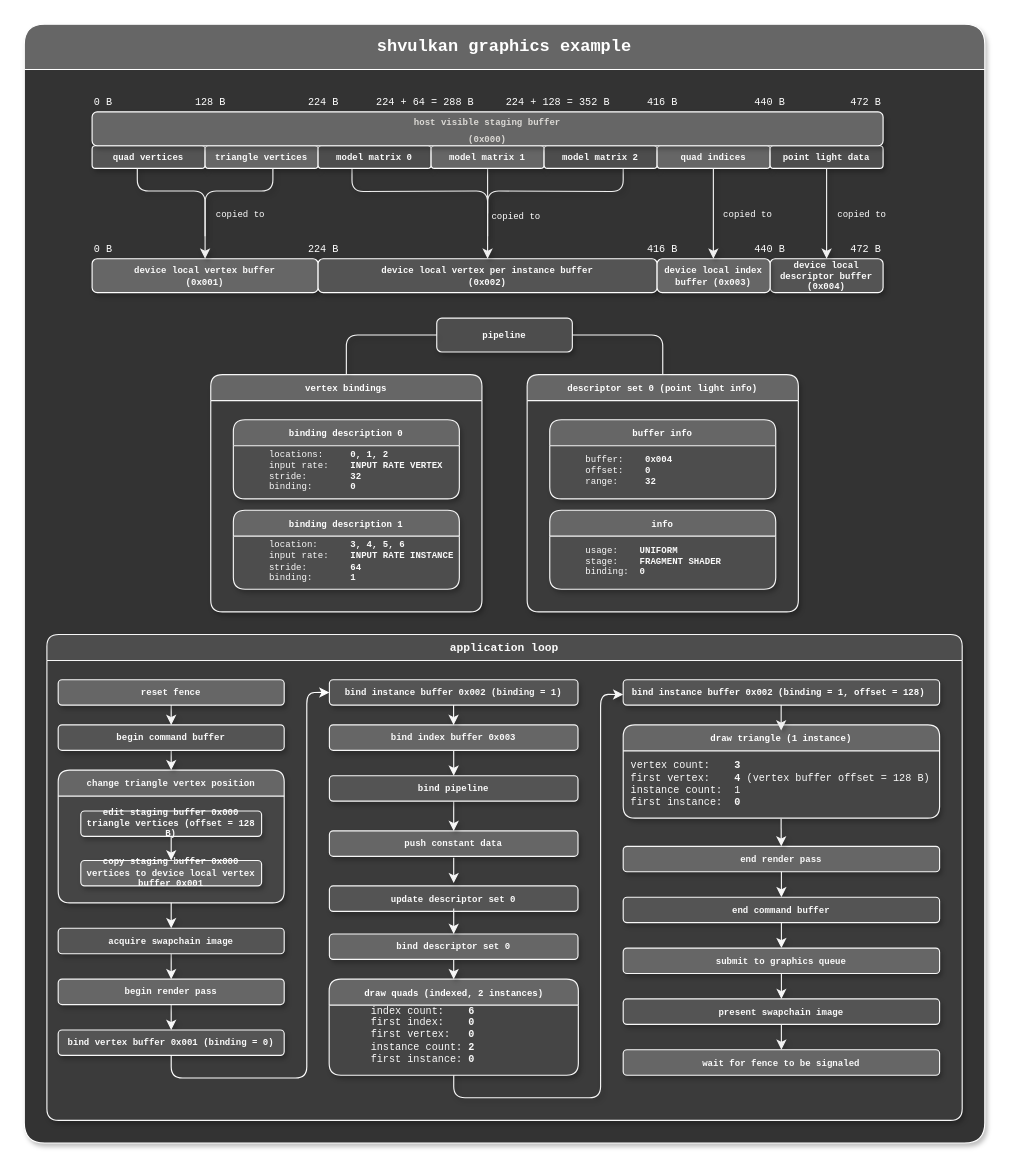
Above: examples/diagrams/shvulkan graphics.drawio in MrSinho/shvulkan (draw.io), before the change. Source tidied: cells renumbered, new cells numbered last; positions are measured from the earlier drawing's top-left corner, leaving out a move shared by most shapes. Both pictures are drawn from the tidied source at 113%, with x=0, y=0 at pixel (24, 24).
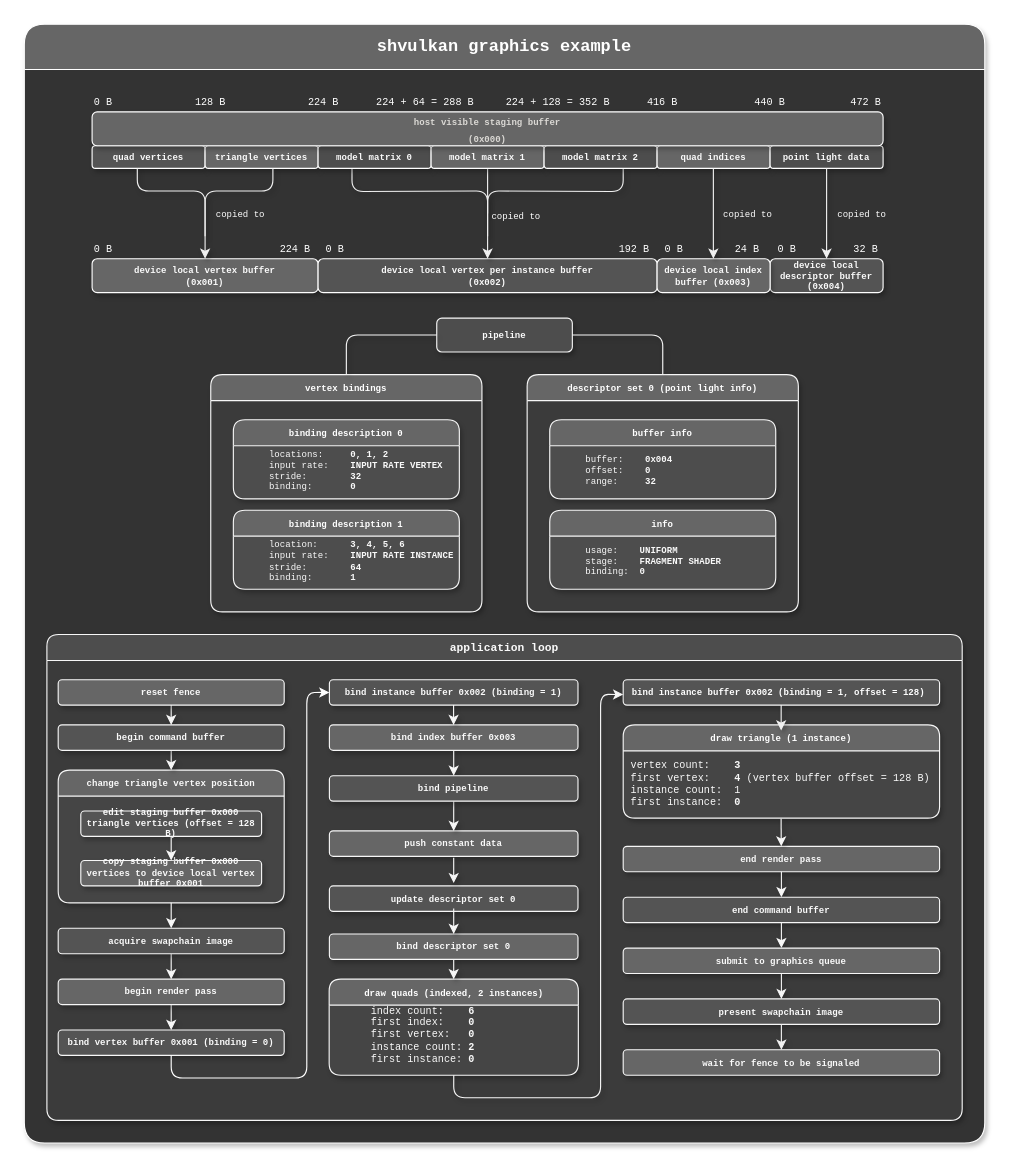
Above is the later version.

The change refers to these unchanged cells:
```xml
<mxCell id="2" value="&lt;font face=&quot;consolas&quot; style=&quot;font-size: 15px;&quot;&gt;shvulkan graphics example&lt;/font&gt;" style="swimlane;html=1;fontSize=12;startSize=40;labelBackgroundColor=none;whiteSpace=wrap;fontColor=#FFFFFF;fillColor=#666666;strokeColor=#FFFFFF;strokeWidth=1;rounded=1;swimlaneFillColor=#333333;shadow=1;" parent="1" vertex="1">
  <mxGeometry width="850" height="990" as="geometry" />
</mxCell>
```

Diff of the diagram source:
```diff
@@
     <mxCell id="90" value="224 B" style="text;html=1;strokeColor=none;fillColor=none;align=center;verticalAlign=bottom;whiteSpace=wrap;rounded=0;fontFamily=consolas;fontSize=9;fontColor=#FFFFFF;" parent="2" vertex="1">
-      <mxGeometry x="240" y="190" width="50" height="17.5" as="geometry" />
+      <mxGeometry x="215" y="190" width="50" height="17.5" as="geometry" />
     </mxCell>
@@
-    <mxCell id="92" value="416 B" style="text;html=1;strokeColor=none;fillColor=none;align=center;verticalAlign=bottom;whiteSpace=wrap;rounded=0;fontFamily=consolas;fontSize=9;fontColor=#FFFFFF;" parent="2" vertex="1">
-      <mxGeometry x="540" y="190" width="50" height="17.5" as="geometry" />
-    </mxCell>
-    <mxCell id="93" value="440 B" style="text;html=1;strokeColor=none;fillColor=none;align=center;verticalAlign=bottom;whiteSpace=wrap;rounded=0;fontFamily=consolas;fontSize=9;fontColor=#FFFFFF;" parent="2" vertex="1">
-      <mxGeometry x="635" y="190" width="50" height="17.5" as="geometry" />
+    <mxCell id="93" value="24 B" style="text;html=1;strokeColor=none;fillColor=none;align=center;verticalAlign=bottom;whiteSpace=wrap;rounded=0;fontFamily=consolas;fontSize=9;fontColor=#FFFFFF;" parent="2" vertex="1">
+      <mxGeometry x="615" y="190" width="50" height="17.5" as="geometry" />
     </mxCell>
-    <mxCell id="94" value="472 B" style="text;html=1;strokeColor=none;fillColor=none;align=center;verticalAlign=bottom;whiteSpace=wrap;rounded=0;fontFamily=consolas;fontSize=9;fontColor=#FFFFFF;" parent="2" vertex="1">
+    <mxCell id="94" value="32 B" style="text;html=1;strokeColor=none;fillColor=none;align=center;verticalAlign=bottom;whiteSpace=wrap;rounded=0;fontFamily=consolas;fontSize=9;fontColor=#FFFFFF;" parent="2" vertex="1">
       <mxGeometry x="720" y="190" width="50" height="17.5" as="geometry" />
     </mxCell>
@@
+    <mxCell id="99" value="0 B" style="text;html=1;strokeColor=none;fillColor=none;align=left;verticalAlign=bottom;whiteSpace=wrap;rounded=0;fontFamily=consolas;fontSize=9;fontColor=#FFFFFF;" parent="2" vertex="1">
+      <mxGeometry x="265" y="190" width="50" height="17.5" as="geometry" />
+    </mxCell>
+    <mxCell id="100" value="192 B" style="text;html=1;strokeColor=none;fillColor=none;align=center;verticalAlign=bottom;whiteSpace=wrap;rounded=0;fontFamily=consolas;fontSize=9;fontColor=#FFFFFF;" parent="2" vertex="1">
+      <mxGeometry x="515" y="190" width="50" height="17.5" as="geometry" />
+    </mxCell>
+    <mxCell id="101" value="0 B" style="text;html=1;strokeColor=none;fillColor=none;align=left;verticalAlign=bottom;whiteSpace=wrap;rounded=0;fontFamily=consolas;fontSize=9;fontColor=#FFFFFF;" parent="2" vertex="1">
+      <mxGeometry x="565" y="190" width="50" height="17.5" as="geometry" />
+    </mxCell>
+    <mxCell id="102" value="0 B" style="text;html=1;strokeColor=none;fillColor=none;align=left;verticalAlign=bottom;whiteSpace=wrap;rounded=0;fontFamily=consolas;fontSize=9;fontColor=#FFFFFF;" parent="2" vertex="1">
+      <mxGeometry x="665" y="190" width="50" height="17.5" as="geometry" />
+    </mxCell>
```
